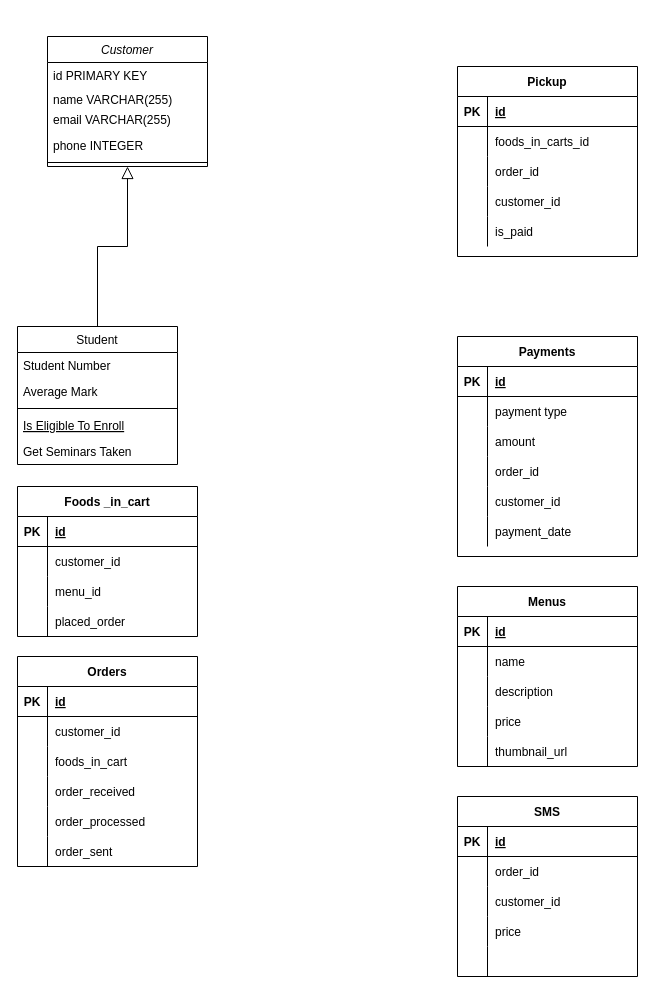
astarinamaulida/cravings keeps this draw.io diagram as Untitled Diagram.drawio. Above is the earlier version. Source tidied: cells renumbered, new cells numbered last; positions are measured from the earlier drawing's top-left corner, leaving out a move shared by most shapes. Both pictures are drawn from the tidied source at 100%, with x=0, y=0 at pixel (17, 36).
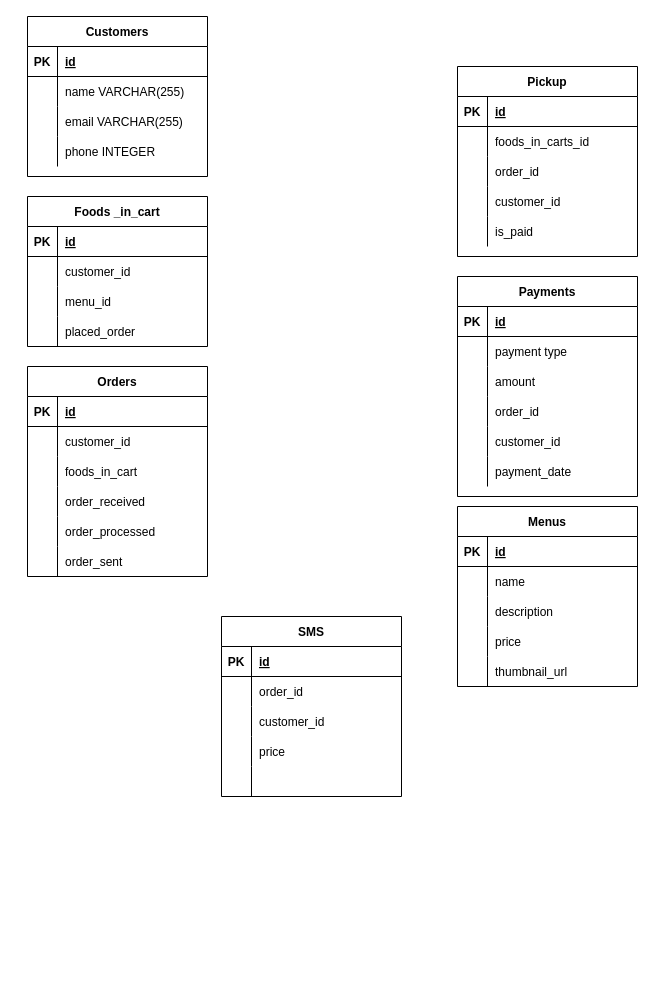
The same page after the edit.

The change refers to these unchanged cells:
```xml
<mxCell id="54" style="shape=partialRectangle;fillColor=none;top=0;left=0;bottom=0;right=0;" parent="50" vertex="1">
  <mxGeometry y="60" width="180" height="30" as="geometry" />
</mxCell>
```

Diff of the diagram source:
```diff
@@
-    <mxCell id="2" value="Customer" style="swimlane;fontStyle=2;align=center;verticalAlign=top;horizontal=1;startSize=26;rounded=0;shadow=0;strokeWidth=1;" parent="1" vertex="1">
-      <mxGeometry x="30" width="160" height="130" as="geometry" />
-    </mxCell>
-    <mxCell id="3" value="id PRIMARY KEY" style="text;align=left;verticalAlign=top;spacingLeft=4;spacingRight=4;overflow=hidden;whiteSpace=wrap;" parent="2" vertex="1">
-      <mxGeometry y="26" width="160" height="24" as="geometry" />
-    </mxCell>
-    <mxCell id="4" value="name VARCHAR(255)" style="text;align=left;verticalAlign=top;spacingLeft=4;spacingRight=4;overflow=hidden;rounded=0;shadow=0;html=0;" parent="2" vertex="1">
-      <mxGeometry y="50" width="160" height="20" as="geometry" />
-    </mxCell>
-    <mxCell id="5" value="email VARCHAR(255)" style="text;align=left;verticalAlign=top;spacingLeft=4;spacingRight=4;overflow=hidden;rounded=0;shadow=0;html=0;" parent="2" vertex="1">
-      <mxGeometry y="70" width="160" height="26" as="geometry" />
-    </mxCell>
-    <mxCell id="6" value="phone INTEGER&#10;" style="text;align=left;verticalAlign=top;spacingLeft=4;spacingRight=4;overflow=hidden;" parent="2" vertex="1">
-      <mxGeometry y="96" width="160" height="26" as="geometry" />
-    </mxCell>
-    <mxCell id="7" style="line;html=1;strokeWidth=1;align=left;verticalAlign=middle;spacingTop=-1;spacingLeft=3;spacingRight=3;labelPosition=right;" parent="2" vertex="1">
-      <mxGeometry y="122" width="160" height="8" as="geometry" />
-    </mxCell>
-    <mxCell id="8" value="Student" style="swimlane;fontStyle=0;align=center;verticalAlign=top;horizontal=1;startSize=26;rounded=0;shadow=0;strokeWidth=1;" parent="1" vertex="1">
-      <mxGeometry y="290" width="160" height="138" as="geometry" />
-    </mxCell>
-    <mxCell id="9" value="Student Number" style="text;align=left;verticalAlign=top;spacingLeft=4;spacingRight=4;overflow=hidden;" parent="8" vertex="1">
-      <mxGeometry y="26" width="160" height="26" as="geometry" />
-    </mxCell>
-    <mxCell id="10" value="Average Mark" style="text;align=left;verticalAlign=top;spacingLeft=4;spacingRight=4;overflow=hidden;rounded=0;shadow=0;html=0;" parent="8" vertex="1">
-      <mxGeometry y="52" width="160" height="26" as="geometry" />
-    </mxCell>
-    <mxCell id="11" style="line;html=1;strokeWidth=1;align=left;verticalAlign=middle;spacingTop=-1;spacingLeft=3;spacingRight=3;labelPosition=right;" parent="8" vertex="1">
-      <mxGeometry y="78" width="160" height="8" as="geometry" />
-    </mxCell>
-    <mxCell id="12" value="Is Eligible To Enroll" style="text;align=left;verticalAlign=top;spacingLeft=4;spacingRight=4;overflow=hidden;fontStyle=4;" parent="8" vertex="1">
-      <mxGeometry y="86" width="160" height="26" as="geometry" />
-    </mxCell>
-    <mxCell id="13" value="Get Seminars Taken" style="text;align=left;verticalAlign=top;spacingLeft=4;spacingRight=4;overflow=hidden;" parent="8" vertex="1">
-      <mxGeometry y="112" width="160" height="26" as="geometry" />
-    </mxCell>
-    <mxCell id="14" style="endArrow=block;endSize=10;endFill=0;shadow=0;strokeWidth=1;rounded=0;edgeStyle=elbowEdgeStyle;elbow=vertical;" parent="1" edge="1" source="8" target="2">
-      <mxGeometry relative="1" as="geometry" />
-    </mxCell>
     <mxCell id="15" value="Payments" style="shape=table;startSize=30;childLayout=tableLayout;rowLines=0;fontStyle=1;align=center;" parent="1" vertex="1">
-      <mxGeometry x="440" y="300" width="180" height="220" as="geometry" />
+      <mxGeometry x="440" y="240" width="180" height="220" as="geometry" />
     </mxCell>
@@
     <mxCell id="34" value="Menus" style="shape=table;startSize=30;childLayout=tableLayout;rowLines=0;fontStyle=1;align=center;" parent="1" vertex="1">
-      <mxGeometry x="440" y="550" width="180" height="180" as="geometry" />
+      <mxGeometry x="440" y="470" width="180" height="180" as="geometry" />
     </mxCell>
@@
     <mxCell id="50" value="Foods _in_cart" style="shape=table;startSize=30;childLayout=tableLayout;rowLines=0;fontStyle=1;align=center;" parent="1" vertex="1">
-      <mxGeometry y="450" width="180" height="150" as="geometry" />
+      <mxGeometry x="10" y="160" width="180" height="150" as="geometry" />
     </mxCell>
@@
-    <mxCell id="56" value="customer_id" style="shape=partialRectangle;fillColor=none;top=0;left=0;bottom=0;right=0;align=left;spacingLeft=6;overflow=hidden;" parent="54" vertex="1">
+    <mxCell id="56" value="customer_id " style="shape=partialRectangle;fillColor=none;top=0;left=0;bottom=0;right=0;align=left;spacingLeft=6;overflow=hidden;" parent="54" vertex="1">
       <mxGeometry x="30" width="150" height="30" as="geometry" />
     </mxCell>
@@
     <mxCell id="63" value="Orders" style="shape=table;startSize=30;childLayout=tableLayout;rowLines=0;fontStyle=1;align=center;" parent="1" vertex="1">
-      <mxGeometry y="620" width="180" height="210" as="geometry" />
+      <mxGeometry x="10" y="330" width="180" height="210" as="geometry" />
     </mxCell>
@@
     <mxCell id="98" value="SMS" style="shape=table;startSize=30;childLayout=tableLayout;rowLines=0;fontStyle=1;align=center;" parent="1" vertex="1">
-      <mxGeometry x="440" y="760" width="180" height="180" as="geometry" />
+      <mxGeometry x="204" y="580" width="180" height="180" as="geometry" />
     </mxCell>
@@
+    <mxCell id="114" value="Customers" style="shape=table;startSize=30;childLayout=tableLayout;rowLines=0;fontStyle=1;align=center;" parent="1" vertex="1">
+      <mxGeometry x="10" y="-20" width="180" height="160" as="geometry" />
+    </mxCell>
+    <mxCell id="115" style="shape=partialRectangle;fillColor=none;top=0;left=0;bottom=1;right=0;" parent="114" vertex="1">
+      <mxGeometry y="30" width="180" height="30" as="geometry" />
+    </mxCell>
+    <mxCell id="116" value="PK" style="shape=partialRectangle;fillColor=none;top=0;left=0;bottom=0;right=0;fontStyle=1;overflow=hidden;" parent="115" vertex="1">
+      <mxGeometry width="30" height="30" as="geometry" />
+    </mxCell>
+    <mxCell id="117" value="id" style="shape=partialRectangle;fillColor=none;top=0;left=0;bottom=0;right=0;align=left;spacingLeft=6;fontStyle=5;overflow=hidden;" parent="115" vertex="1">
+      <mxGeometry x="30" width="150" height="30" as="geometry" />
+    </mxCell>
+    <mxCell id="118" style="shape=partialRectangle;fillColor=none;top=0;left=0;bottom=0;right=0;" parent="114" vertex="1">
+      <mxGeometry y="60" width="180" height="30" as="geometry" />
+    </mxCell>
+    <mxCell id="119" style="shape=partialRectangle;fillColor=none;top=0;left=0;bottom=0;right=0;overflow=hidden;" parent="118" vertex="1">
+      <mxGeometry width="30" height="30" as="geometry" />
+    </mxCell>
+    <mxCell id="4" value="name VARCHAR(255)" style="shape=partialRectangle;fillColor=none;top=0;left=0;bottom=0;right=0;align=left;spacingLeft=6;overflow=hidden;" parent="118" vertex="1">
+      <mxGeometry x="30" width="150" height="30" as="geometry" />
+    </mxCell>
+    <mxCell id="120" style="shape=partialRectangle;fillColor=none;top=0;left=0;bottom=0;right=0;" parent="114" vertex="1">
+      <mxGeometry y="90" width="180" height="30" as="geometry" />
+    </mxCell>
+    <mxCell id="121" style="shape=partialRectangle;fillColor=none;top=0;left=0;bottom=0;right=0;overflow=hidden;" parent="120" vertex="1">
+      <mxGeometry width="30" height="30" as="geometry" />
+    </mxCell>
+    <mxCell id="5" value="email VARCHAR(255)" style="shape=partialRectangle;fillColor=none;top=0;left=0;bottom=0;right=0;align=left;spacingLeft=6;overflow=hidden;" parent="120" vertex="1">
+      <mxGeometry x="30" width="150" height="30" as="geometry" />
+    </mxCell>
+    <mxCell id="122" style="shape=partialRectangle;fillColor=none;top=0;left=0;bottom=0;right=0;" parent="114" vertex="1">
+      <mxGeometry y="120" width="180" height="30" as="geometry" />
+    </mxCell>
+    <mxCell id="123" style="shape=partialRectangle;fillColor=none;top=0;left=0;bottom=0;right=0;overflow=hidden;" parent="122" vertex="1">
+      <mxGeometry width="30" height="30" as="geometry" />
+    </mxCell>
+    <mxCell id="6" value="phone INTEGER" style="shape=partialRectangle;fillColor=none;top=0;left=0;bottom=0;right=0;align=left;spacingLeft=6;overflow=hidden;" parent="122" vertex="1">
+      <mxGeometry x="30" width="150" height="30" as="geometry" />
+    </mxCell>
```
